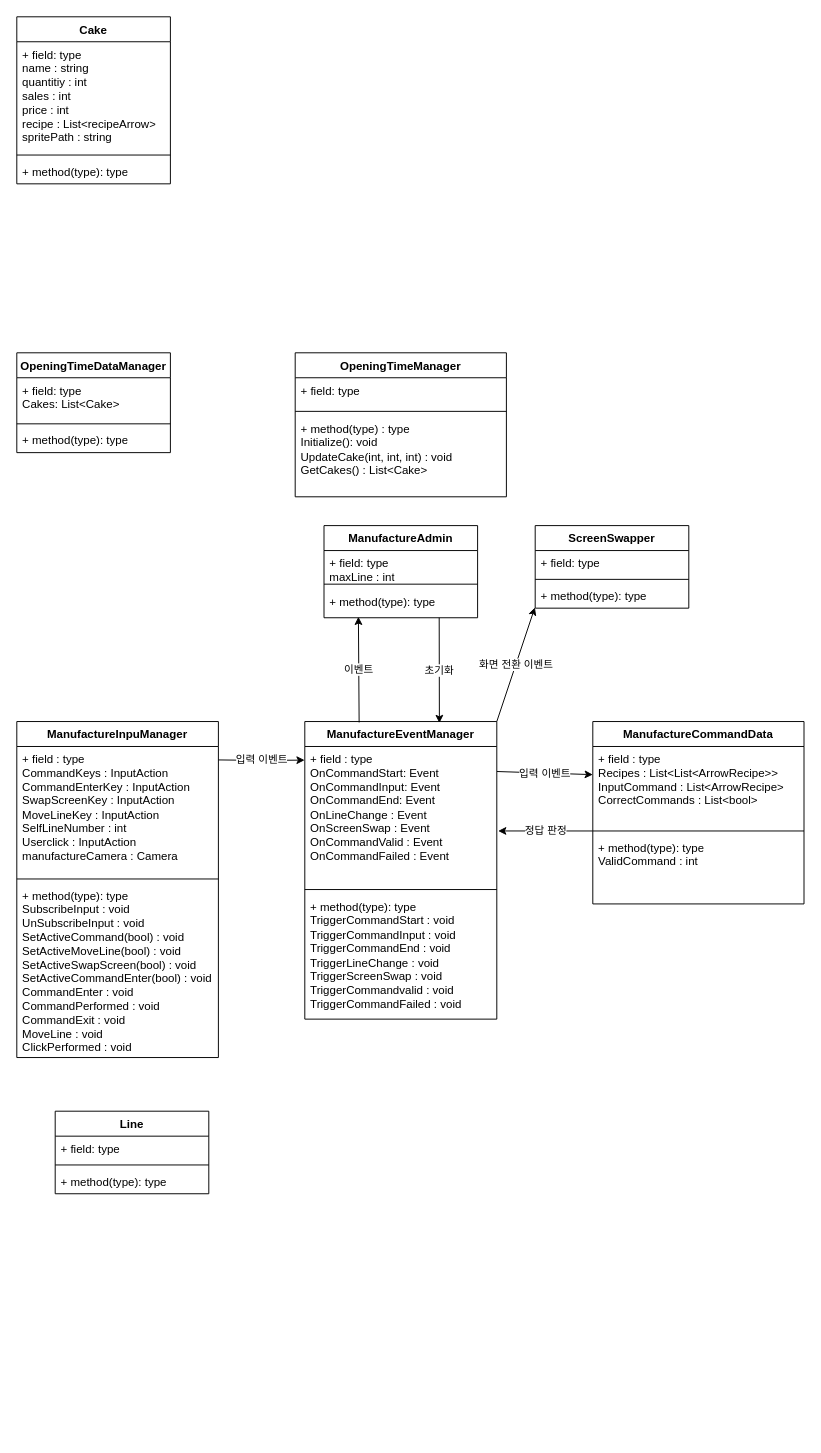
JeongHwanjun/Muffin keeps this draw.io diagram as Assets/Scripts/Manufacture/Manufacture.drawio. Above is the earlier version. Source tidied: cells renumbered, new cells numbered last; positions are measured from the earlier drawing's top-left corner, leaving out a move shared by most shapes. Both pictures are drawn from the tidied source at 96%, with x=0, y=0 at pixel (16, 16).
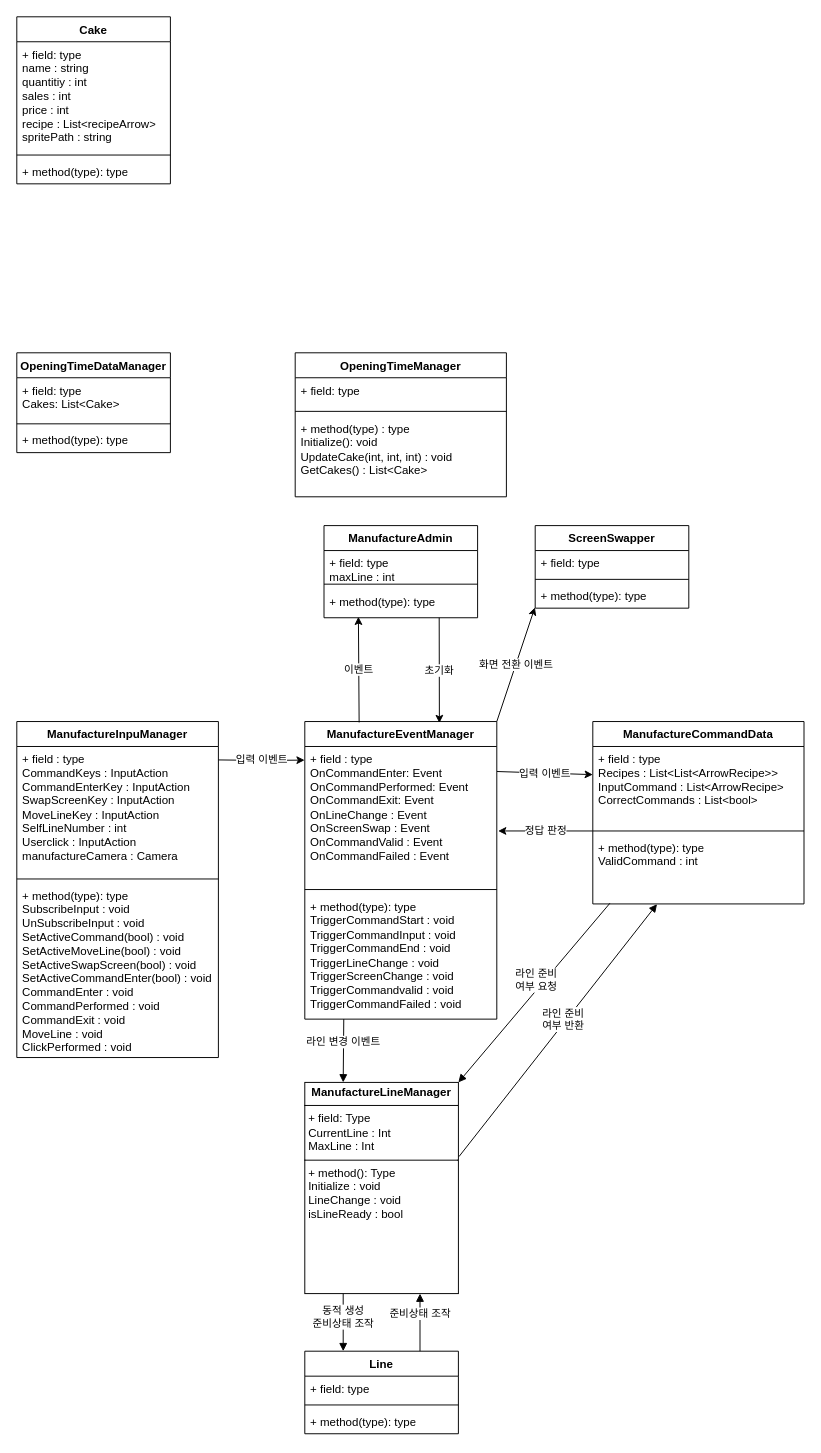
After the change.

Commit message (it also covers changes not shown here):
다이어그램 최신화화

The change refers to these unchanged cells:
```xml
<mxCell id="10" value="ManufactureEventManager" style="swimlane;fontStyle=1;align=center;verticalAlign=top;horizontal=1;startSize=26;whiteSpace=wrap;html=1;" parent="1" vertex="1">
  <mxGeometry x="300" y="734.1" width="200" height="310" as="geometry" />
</mxCell>
<mxCell id="32" value="+ method(type): type&lt;div&gt;ValidCommand : int&lt;/div&gt;&lt;div&gt;&lt;br&gt;&lt;/div&gt;" style="text;strokeColor=none;fillColor=none;align=left;verticalAlign=top;spacingLeft=4;spacingRight=4;overflow=hidden;points=[[0,0.5],[1,0.5]];portConstraint=eastwest;whiteSpace=wrap;html=1;" parent="29" vertex="1">
  <mxGeometry y="118" width="220" height="72" as="geometry" />
</mxCell>
```

What changed in the source:
```diff
@@
-    <mxCell id="11" value="&lt;div&gt;+ field : type&lt;/div&gt;OnCommandStart: Event&lt;div&gt;OnCommandInput: Event&lt;/div&gt;&lt;div&gt;OnCommandEnd: Event&lt;/div&gt;&lt;div&gt;OnLineChange : Event&lt;/div&gt;&lt;div&gt;OnScreenSwap : Event&lt;/div&gt;&lt;div&gt;OnCommandValid : Event&lt;/div&gt;&lt;div&gt;OnCommandFailed : Event&lt;/div&gt;" style="text;strokeColor=none;fillColor=none;align=left;verticalAlign=top;spacingLeft=4;spacingRight=4;overflow=hidden;points=[[0,0.5],[1,0.5]];portConstraint=eastwest;whiteSpace=wrap;html=1;" parent="10" vertex="1">
+    <mxCell id="11" value="&lt;div&gt;+ field : type&lt;/div&gt;OnCommandEnter: Event&lt;div&gt;OnCommandPerformed: Event&lt;/div&gt;&lt;div&gt;OnCommandExit: Event&lt;/div&gt;&lt;div&gt;OnLineChange : Event&lt;/div&gt;&lt;div&gt;OnScreenSwap : Event&lt;/div&gt;&lt;div&gt;OnCommandValid : Event&lt;/div&gt;&lt;div&gt;OnCommandFailed : Event&lt;/div&gt;" style="text;strokeColor=none;fillColor=none;align=left;verticalAlign=top;spacingLeft=4;spacingRight=4;overflow=hidden;points=[[0,0.5],[1,0.5]];portConstraint=eastwest;whiteSpace=wrap;html=1;" parent="10" vertex="1">
       <mxGeometry y="26" width="200" height="144" as="geometry" />
     </mxCell>
@@
-    <mxCell id="13" value="&lt;div&gt;+ method(type): type&lt;/div&gt;TriggerCommandStart : void&lt;div&gt;TriggerCommandInput : void&lt;/div&gt;&lt;div&gt;TriggerCommandEnd : void&lt;/div&gt;&lt;div&gt;TriggerLineChange : void&lt;/div&gt;&lt;div&gt;TriggerScreenSwap : void&lt;/div&gt;&lt;div&gt;TriggerCommandvalid : void&lt;/div&gt;&lt;div&gt;TriggerCommandFailed : void&lt;/div&gt;" style="text;strokeColor=none;fillColor=none;align=left;verticalAlign=top;spacingLeft=4;spacingRight=4;overflow=hidden;points=[[0,0.5],[1,0.5]];portConstraint=eastwest;whiteSpace=wrap;html=1;" parent="10" vertex="1">
+    <mxCell id="13" value="&lt;div&gt;+ method(type): type&lt;/div&gt;TriggerCommandStart : void&lt;div&gt;TriggerCommandInput : void&lt;/div&gt;&lt;div&gt;TriggerCommandEnd : void&lt;/div&gt;&lt;div&gt;TriggerLineChange : void&lt;/div&gt;&lt;div&gt;TriggerScreenChange : void&lt;/div&gt;&lt;div&gt;TriggerCommandvalid : void&lt;/div&gt;&lt;div&gt;TriggerCommandFailed : void&lt;/div&gt;" style="text;strokeColor=none;fillColor=none;align=left;verticalAlign=top;spacingLeft=4;spacingRight=4;overflow=hidden;points=[[0,0.5],[1,0.5]];portConstraint=eastwest;whiteSpace=wrap;html=1;" parent="10" vertex="1">
       <mxGeometry y="180" width="200" height="130" as="geometry" />
     </mxCell>
@@
     <mxCell id="35" value="Line" style="swimlane;fontStyle=1;align=center;verticalAlign=top;horizontal=1;startSize=26;whiteSpace=wrap;html=1;" parent="1" vertex="1">
-      <mxGeometry x="40" y="1140" width="160" height="86" as="geometry" />
+      <mxGeometry x="300" y="1390" width="160" height="86" as="geometry" />
     </mxCell>
@@
+    <mxCell id="45" value="&lt;p style=&quot;margin:0px;margin-top:4px;text-align:center;&quot;&gt;&lt;b&gt;ManufactureLineManager&lt;/b&gt;&lt;/p&gt;&lt;hr size=&quot;1&quot; style=&quot;border-style:solid;&quot;&gt;&lt;p style=&quot;margin:0px;margin-left:4px;&quot;&gt;+ field: Type&lt;/p&gt;&lt;p style=&quot;margin:0px;margin-left:4px;&quot;&gt;CurrentLine : Int&lt;/p&gt;&lt;p style=&quot;margin:0px;margin-left:4px;&quot;&gt;MaxLine : Int&lt;/p&gt;&lt;hr size=&quot;1&quot; style=&quot;border-style:solid;&quot;&gt;&lt;p style=&quot;margin:0px;margin-left:4px;&quot;&gt;+ method(): Type&lt;/p&gt;&lt;p style=&quot;margin:0px;margin-left:4px;&quot;&gt;Initialize : void&lt;/p&gt;&lt;p style=&quot;margin:0px;margin-left:4px;&quot;&gt;LineChange : void&lt;/p&gt;&lt;p style=&quot;margin:0px;margin-left:4px;&quot;&gt;isLineReady : bool&lt;/p&gt;" style="verticalAlign=top;align=left;overflow=fill;html=1;whiteSpace=wrap;" parent="1" vertex="1">
+      <mxGeometry x="300" y="1110" width="160" height="220" as="geometry" />
+    </mxCell>
+    <mxCell id="46" value="라인 변경 이벤트" style="html=1;verticalAlign=bottom;endArrow=block;curved=0;rounded=0;exitX=0.203;exitY=1;exitDx=0;exitDy=0;exitPerimeter=0;entryX=0.25;entryY=0;entryDx=0;entryDy=0;" parent="1" edge="1" source="13" target="45">
+      <mxGeometry relative="1" as="geometry" />
+    </mxCell>
+    <mxCell id="47" value="동적 생성&lt;div&gt;준비상태 조작&lt;/div&gt;" style="html=1;verticalAlign=bottom;endArrow=block;curved=0;rounded=0;exitX=0.25;exitY=1;exitDx=0;exitDy=0;entryX=0.25;entryY=0;entryDx=0;entryDy=0;" parent="1" edge="1" source="45" target="35">
+      <mxGeometry x="0.33" relative="1" as="geometry" />
+    </mxCell>
+    <mxCell id="48" value="준비상태 조작" style="html=1;verticalAlign=bottom;endArrow=block;curved=0;rounded=0;exitX=0.75;exitY=0;exitDx=0;exitDy=0;entryX=0.75;entryY=1;entryDx=0;entryDy=0;" parent="1" edge="1" source="35" target="45">
+      <mxGeometry relative="1" as="geometry" />
+    </mxCell>
+    <mxCell id="49" value="라인 준비&lt;div&gt;여부 반환&lt;/div&gt;" style="html=1;verticalAlign=bottom;endArrow=block;curved=0;rounded=0;exitX=1.004;exitY=0.197;exitDx=0;exitDy=0;exitPerimeter=0;entryX=0.304;entryY=1.003;entryDx=0;entryDy=0;entryPerimeter=0;" parent="1" edge="1" target="32">
+      <mxGeometry y="-7" relative="1" as="geometry">
+        <mxPoint x="460.6" y="1187.3" as="sourcePoint" />
+      </mxGeometry>
+    </mxCell>
+    <mxCell id="50" value="라인 준비&lt;div&gt;여부 요청&lt;/div&gt;" style="html=1;verticalAlign=bottom;endArrow=block;curved=0;rounded=0;exitX=0.081;exitY=0.99;exitDx=0;exitDy=0;exitPerimeter=0;entryX=1;entryY=0;entryDx=0;entryDy=0;" parent="1" edge="1" source="32" target="45">
+      <mxGeometry x="0.01" y="3" relative="1" as="geometry" />
+    </mxCell>
```
